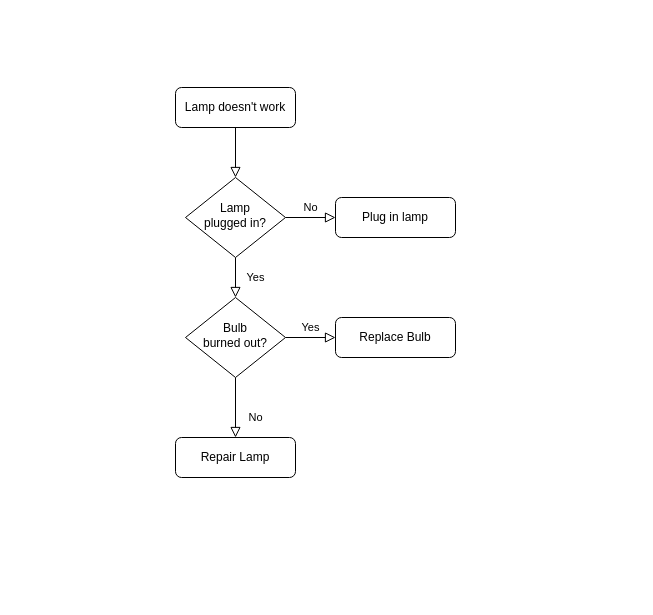
Earlier version of the draw.io diagram project_info/service_flow_login.drawio (Seonjeongwan/SEONSHINE). Source tidied: cells renumbered, new cells numbered last; positions are measured from the earlier drawing's top-left corner, leaving out a move shared by most shapes. Both pictures are drawn from the tidied source at 100%, with x=0, y=0 at pixel (175, 87).
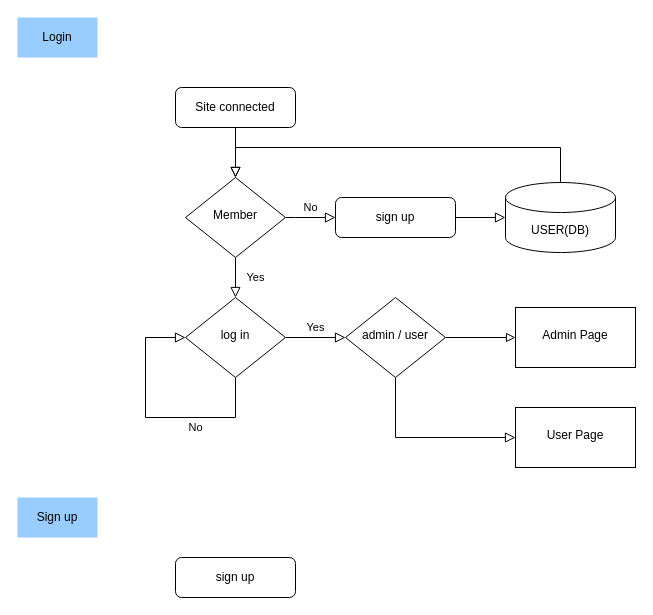
After the change.

What changed in the source:
```diff
@@
-    <mxCell id="3" value="Lamp doesn't work" style="rounded=1;whiteSpace=wrap;html=1;fontSize=12;glass=0;strokeWidth=1;shadow=0;" parent="1" vertex="1">
+    <mxCell id="3" value="Site connected" style="rounded=1;whiteSpace=wrap;html=1;fontSize=12;glass=0;strokeWidth=1;shadow=0;" parent="1" vertex="1">
       <mxGeometry width="120" height="40" as="geometry" />
     </mxCell>
@@
     <mxCell id="5" value="No" style="edgeStyle=orthogonalEdgeStyle;rounded=0;html=1;jettySize=auto;fontSize=11;endArrow=block;endFill=0;endSize=8;strokeWidth=1;shadow=0;labelBackgroundColor=none;" parent="1" edge="1" source="6" target="7">
-      <mxGeometry y="10" relative="1" as="geometry" />
+      <mxGeometry y="10" relative="1" as="geometry">
+        <Array as="points">
+          <mxPoint x="120" y="130" />
+          <mxPoint x="120" y="130" />
+        </Array>
+      </mxGeometry>
     </mxCell>
-    <mxCell id="6" value="Lamp&lt;br&gt;plugged in?" style="rhombus;whiteSpace=wrap;html=1;shadow=0;fontFamily=Helvetica;fontSize=12;align=center;strokeWidth=1;spacing=6;spacingTop=-4;" parent="1" vertex="1">
+    <mxCell id="6" value="Member" style="rhombus;whiteSpace=wrap;html=1;shadow=0;fontFamily=Helvetica;fontSize=12;align=center;strokeWidth=1;spacing=6;spacingTop=-4;" parent="1" vertex="1">
       <mxGeometry x="10" y="90" width="100" height="80" as="geometry" />
     </mxCell>
+    <mxCell id="13" style="edgeStyle=orthogonalEdgeStyle;rounded=0;jettySize=auto;html=1;entryX=0;entryY=0.5;entryDx=0;entryDy=0;entryPerimeter=0;endSize=8;endArrow=block;endFill=0;" parent="1" edge="1" source="7" target="15">
+      <mxGeometry relative="1" as="geometry" />
+    </mxCell>
-    <mxCell id="7" value="Plug in lamp" style="rounded=1;whiteSpace=wrap;html=1;fontSize=12;glass=0;strokeWidth=1;shadow=0;" parent="1" vertex="1">
+    <mxCell id="7" value="sign up" style="rounded=1;whiteSpace=wrap;html=1;fontSize=12;glass=0;strokeWidth=1;shadow=0;" parent="1" vertex="1">
       <mxGeometry x="160" y="110" width="120" height="40" as="geometry" />
     </mxCell>
-    <mxCell id="8" value="No" style="rounded=0;html=1;jettySize=auto;fontSize=11;endArrow=block;endFill=0;endSize=8;strokeWidth=1;shadow=0;labelBackgroundColor=none;edgeStyle=orthogonalEdgeStyle;" parent="1" edge="1" source="10" target="11">
-      <mxGeometry x="0.33" y="20" relative="1" as="geometry" />
+    <mxCell id="8" value="No" style="rounded=0;html=1;jettySize=auto;orthogonalLoop=1;fontSize=11;endArrow=block;endFill=0;endSize=8;strokeWidth=1;shadow=0;labelBackgroundColor=none;edgeStyle=orthogonalEdgeStyle;exitX=0.5;exitY=1;exitDx=0;exitDy=0;" parent="1" edge="1" source="10" target="10">
+      <mxGeometry x="-0.36" y="10" relative="1" as="geometry">
+        <Array as="points">
+          <mxPoint x="60" y="330" />
+          <mxPoint x="-30" y="330" />
+          <mxPoint x="-30" y="250" />
+        </Array>
+      </mxGeometry>
     </mxCell>
-    <mxCell id="9" value="Yes" style="edgeStyle=orthogonalEdgeStyle;rounded=0;html=1;jettySize=auto;fontSize=11;endArrow=block;endFill=0;endSize=8;strokeWidth=1;shadow=0;labelBackgroundColor=none;" parent="1" edge="1" source="10" target="12">
+    <mxCell id="9" value="Yes" style="edgeStyle=orthogonalEdgeStyle;rounded=0;html=1;jettySize=auto;fontSize=11;endArrow=block;endFill=0;endSize=8;strokeWidth=1;shadow=0;labelBackgroundColor=none;" parent="1" edge="1" source="10" target="18">
       <mxGeometry y="10" relative="1" as="geometry" />
     </mxCell>
-    <mxCell id="10" value="Bulb&lt;br&gt;burned out?" style="rhombus;whiteSpace=wrap;html=1;shadow=0;fontFamily=Helvetica;fontSize=12;align=center;strokeWidth=1;spacing=6;spacingTop=-4;" parent="1" vertex="1">
+    <mxCell id="10" value="log in" style="rhombus;whiteSpace=wrap;html=1;shadow=0;fontFamily=Helvetica;fontSize=12;align=center;strokeWidth=1;spacing=6;spacingTop=-4;" parent="1" vertex="1">
       <mxGeometry x="10" y="210" width="100" height="80" as="geometry" />
     </mxCell>
-    <mxCell id="11" value="Repair Lamp" style="rounded=1;whiteSpace=wrap;html=1;fontSize=12;glass=0;strokeWidth=1;shadow=0;" parent="1" vertex="1">
-      <mxGeometry y="350" width="120" height="40" as="geometry" />
-    </mxCell>
-    <mxCell id="12" value="Replace Bulb" style="rounded=1;whiteSpace=wrap;html=1;fontSize=12;glass=0;strokeWidth=1;shadow=0;" parent="1" vertex="1">
-      <mxGeometry x="160" y="230" width="120" height="40" as="geometry" />
-    </mxCell>
+    <mxCell id="14" style="edgeStyle=orthogonalEdgeStyle;rounded=0;jettySize=auto;html=1;exitX=0.5;exitY=0;exitDx=0;exitDy=0;exitPerimeter=0;endArrow=block;endFill=0;endSize=8;" parent="1" edge="1" source="15" target="6">
+      <mxGeometry relative="1" as="geometry">
+        <Array as="points">
+          <mxPoint x="385" y="60" />
+          <mxPoint x="60" y="60" />
+        </Array>
+      </mxGeometry>
+    </mxCell>
+    <mxCell id="15" value="USER(DB)" style="shape=cylinder3;whiteSpace=wrap;html=1;boundedLbl=1;backgroundOutline=1;size=15;" parent="1" vertex="1">
+      <mxGeometry x="330" y="95" width="110" height="70" as="geometry" />
+    </mxCell>
+    <mxCell id="16" style="edgeStyle=orthogonalEdgeStyle;rounded=0;jettySize=auto;html=1;endArrow=block;endFill=0;endSize=7;" parent="1" edge="1" source="18" target="19">
+      <mxGeometry relative="1" as="geometry" />
+    </mxCell>
+    <mxCell id="17" style="edgeStyle=orthogonalEdgeStyle;rounded=0;jettySize=auto;html=1;exitX=0.5;exitY=1;exitDx=0;exitDy=0;entryX=0;entryY=0.5;entryDx=0;entryDy=0;endArrow=block;endFill=0;endSize=8;" parent="1" edge="1" source="18" target="20">
+      <mxGeometry relative="1" as="geometry" />
+    </mxCell>
+    <mxCell id="18" value="admin / user" style="rhombus;whiteSpace=wrap;html=1;shadow=0;fontFamily=Helvetica;fontSize=12;align=center;strokeWidth=1;spacing=6;spacingTop=-4;" parent="1" vertex="1">
+      <mxGeometry x="170" y="210" width="100" height="80" as="geometry" />
+    </mxCell>
+    <mxCell id="19" value="Admin Page" style="whiteSpace=wrap;html=1;shadow=0;strokeWidth=1;spacing=6;spacingTop=-4;" parent="1" vertex="1">
+      <mxGeometry x="340" y="220" width="120" height="60" as="geometry" />
+    </mxCell>
+    <mxCell id="20" value="User Page" style="whiteSpace=wrap;html=1;shadow=0;strokeWidth=1;spacing=6;spacingTop=-4;" parent="1" vertex="1">
+      <mxGeometry x="340" y="320" width="120" height="60" as="geometry" />
+    </mxCell>
+    <mxCell id="21" value="Login" style="text;html=1;align=center;verticalAlign=middle;whiteSpace=wrap;rounded=0;fillColor=#99CCFF;" parent="1" vertex="1">
+      <mxGeometry x="-158" y="-70" width="80" height="40" as="geometry" />
+    </mxCell>
+    <mxCell id="22" value="Sign up" style="text;html=1;align=center;verticalAlign=middle;whiteSpace=wrap;rounded=0;fillColor=#99CCFF;" parent="1" vertex="1">
+      <mxGeometry x="-158" y="410" width="80" height="40" as="geometry" />
+    </mxCell>
+    <mxCell id="23" value="sign up" style="rounded=1;whiteSpace=wrap;html=1;fontSize=12;glass=0;strokeWidth=1;shadow=0;" parent="1" vertex="1">
+      <mxGeometry y="470" width="120" height="40" as="geometry" />
+    </mxCell>
```
